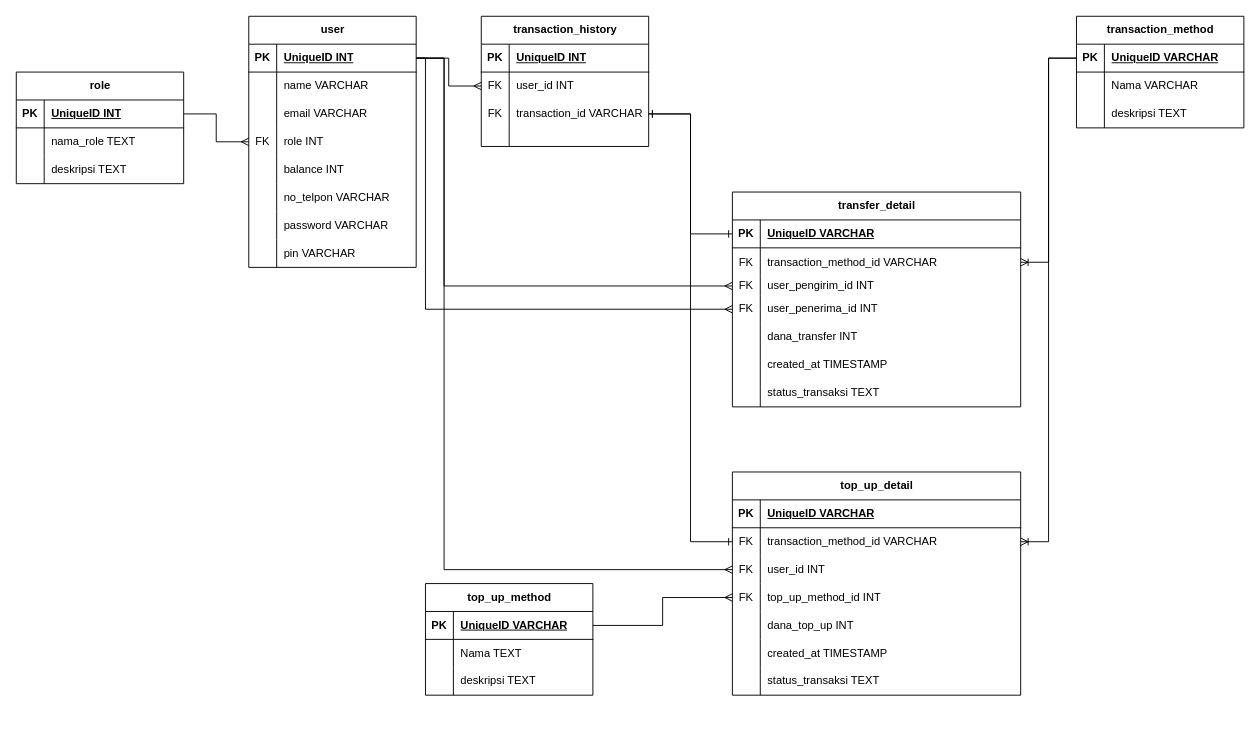
mufa2906/fazztrack-bca keeps this draw.io diagram as week-3/E-Wallet ERD.drawio. Above is the earlier version. Source tidied: cells renumbered, new cells numbered last; positions are measured from the earlier drawing's top-left corner, leaving out a move shared by most shapes. Both pictures are drawn from the tidied source at 93%, with x=0, y=0 at pixel (16, 16).
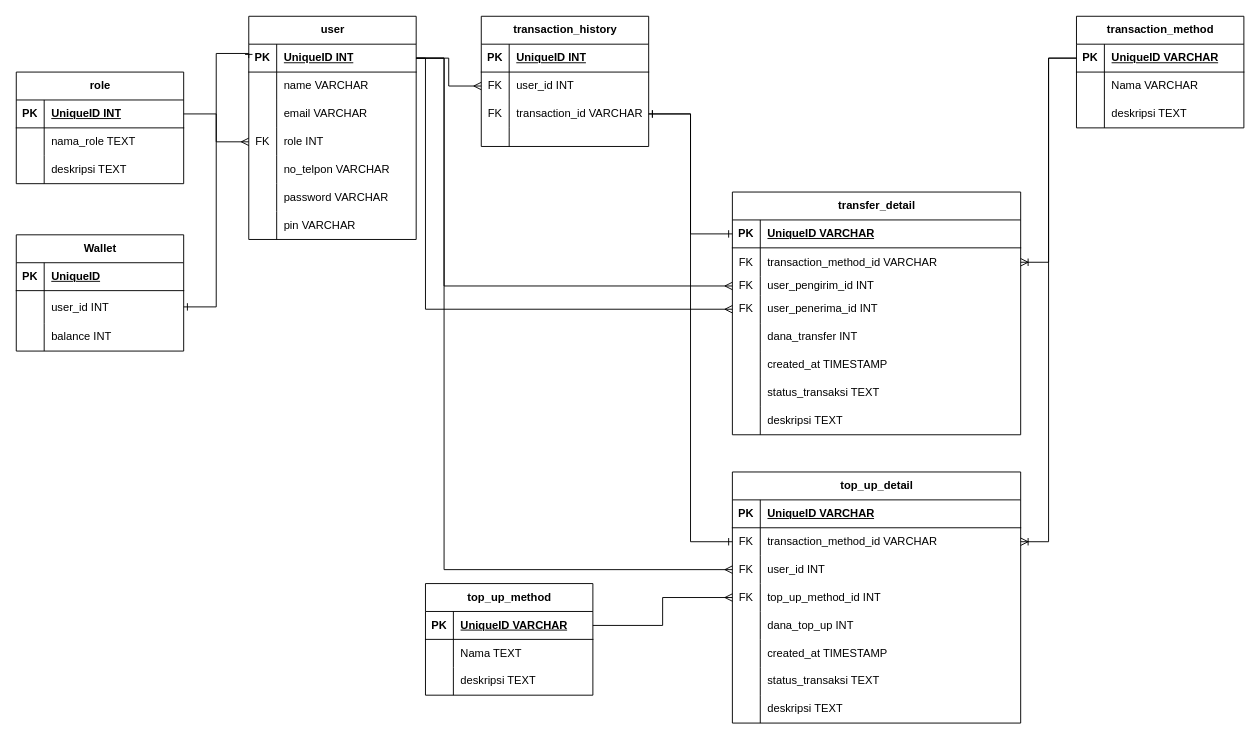
The same page after the edit.

Commit message:
memisahkan balance dari user ke entity wallet

Unchanged cells that the change refers to:
```xml
<mxCell id="3" style="shape=tableRow;horizontal=0;startSize=0;swimlaneHead=0;swimlaneBody=0;fillColor=none;points=[[0,0.5],[1,0.5]];portConstraint=eastwest;top=0;left=0;right=0;bottom=1;" parent="2" vertex="1">
  <mxGeometry y="30" width="180" height="30" as="geometry" />
</mxCell>
```

The edit, as a diff of the source:
```diff
@@
     <mxCell id="2" value="user" style="shape=table;startSize=30;childLayout=tableLayout;rowLines=0;fontStyle=1;align=center;html=1;" parent="1" vertex="1">
-      <mxGeometry x="250" width="180" height="270" as="geometry" />
+      <mxGeometry x="250" width="180" height="240" as="geometry" />
     </mxCell>
@@
-    <mxCell id="15" style="shape=tableRow;horizontal=0;startSize=0;swimlaneHead=0;swimlaneBody=0;fillColor=none;top=0;left=0;right=0;bottom=0;" parent="2" vertex="1">
-      <mxGeometry y="150" width="180" height="30" as="geometry" />
-    </mxCell>
-    <mxCell id="16" style="shape=partialRectangle;fillColor=none;top=0;left=0;bottom=0;right=0;overflow=hidden;whiteSpace=wrap;html=1;" parent="15" vertex="1">
-      <mxGeometry width="30" height="30" as="geometry" />
-    </mxCell>
-    <mxCell id="17" value="balance INT" style="shape=partialRectangle;fillColor=none;top=0;left=0;bottom=0;right=0;align=left;spacingLeft=6;overflow=hidden;whiteSpace=wrap;html=1;" parent="15" vertex="1">
-      <mxGeometry x="30" width="150" height="30" as="geometry" />
-    </mxCell>
     <mxCell id="18" style="shape=tableRow;horizontal=0;startSize=0;swimlaneHead=0;swimlaneBody=0;fillColor=none;top=0;left=0;right=0;bottom=0;" parent="2" vertex="1">
-      <mxGeometry y="180" width="180" height="30" as="geometry" />
+      <mxGeometry y="150" width="180" height="30" as="geometry" />
     </mxCell>
@@
     <mxCell id="21" style="shape=tableRow;horizontal=0;startSize=0;swimlaneHead=0;swimlaneBody=0;fillColor=none;top=0;left=0;right=0;bottom=0;" parent="2" vertex="1">
-      <mxGeometry y="210" width="180" height="30" as="geometry" />
+      <mxGeometry y="180" width="180" height="30" as="geometry" />
     </mxCell>
@@
     <mxCell id="24" style="shape=tableRow;horizontal=0;startSize=0;swimlaneHead=0;swimlaneBody=0;fillColor=none;top=0;left=0;right=0;bottom=0;" parent="2" vertex="1">
-      <mxGeometry y="240" width="180" height="30" as="geometry" />
+      <mxGeometry y="210" width="180" height="30" as="geometry" />
     </mxCell>
@@
     <mxCell id="62" value="transfer_detail" style="shape=table;startSize=30;childLayout=tableLayout;rowLines=0;fontStyle=1;align=center;html=1;" parent="1" vertex="1">
-      <mxGeometry x="770" y="189" width="310" height="231" as="geometry" />
+      <mxGeometry x="770" y="189" width="310" height="261" as="geometry" />
     </mxCell>
@@
+    <mxCell id="124" style="shape=tableRow;horizontal=0;startSize=0;swimlaneHead=0;swimlaneBody=0;fillColor=none;top=0;left=0;right=0;bottom=0;" parent="62" vertex="1">
+      <mxGeometry y="231" width="310" height="30" as="geometry" />
+    </mxCell>
+    <mxCell id="125" style="shape=partialRectangle;fillColor=none;top=0;left=0;bottom=0;right=0;overflow=hidden;whiteSpace=wrap;html=1;" parent="124" vertex="1">
+      <mxGeometry width="30" height="30" as="geometry" />
+    </mxCell>
+    <mxCell id="126" value="deskripsi TEXT" style="shape=partialRectangle;fillColor=none;top=0;left=0;bottom=0;right=0;align=left;spacingLeft=6;overflow=hidden;whiteSpace=wrap;html=1;" parent="124" vertex="1">
+      <mxGeometry x="30" width="280" height="30" as="geometry" />
+    </mxCell>
@@
     <mxCell id="85" value="top_up_detail" style="shape=table;startSize=30;childLayout=tableLayout;rowLines=0;fontStyle=1;align=center;html=1;" parent="1" vertex="1">
-      <mxGeometry x="770" y="490" width="310" height="240" as="geometry" />
+      <mxGeometry x="770" y="490" width="310" height="270" as="geometry" />
     </mxCell>
@@
+    <mxCell id="127" style="shape=tableRow;horizontal=0;startSize=0;swimlaneHead=0;swimlaneBody=0;fillColor=none;top=0;left=0;right=0;bottom=0;" parent="85" vertex="1">
+      <mxGeometry y="240" width="310" height="30" as="geometry" />
+    </mxCell>
+    <mxCell id="128" style="shape=partialRectangle;fillColor=none;top=0;left=0;bottom=0;right=0;overflow=hidden;whiteSpace=wrap;html=1;" parent="127" vertex="1">
+      <mxGeometry width="30" height="30" as="geometry" />
+    </mxCell>
+    <mxCell id="129" value="deskripsi TEXT" style="shape=partialRectangle;fillColor=none;top=0;left=0;bottom=0;right=0;align=left;spacingLeft=6;overflow=hidden;whiteSpace=wrap;html=1;" parent="127" vertex="1">
+      <mxGeometry x="30" width="280" height="30" as="geometry" />
+    </mxCell>
@@
+    <mxCell id="130" value="Wallet" style="shape=table;startSize=30;childLayout=tableLayout;rowLines=0;fontStyle=1;align=center;html=1;" parent="1" vertex="1">
+      <mxGeometry y="235" width="180" height="125" as="geometry" />
+    </mxCell>
+    <mxCell id="131" style="shape=tableRow;horizontal=0;startSize=0;swimlaneHead=0;swimlaneBody=0;fillColor=none;top=0;left=0;right=0;bottom=1;" parent="130" vertex="1">
+      <mxGeometry y="30" width="180" height="30" as="geometry" />
+    </mxCell>
+    <mxCell id="132" value="PK" style="shape=partialRectangle;fillColor=none;top=0;left=0;bottom=0;right=0;fontStyle=1;overflow=hidden;whiteSpace=wrap;html=1;" parent="131" vertex="1">
+      <mxGeometry width="30" height="30" as="geometry" />
+    </mxCell>
+    <mxCell id="133" value="UniqueID" style="shape=partialRectangle;fillColor=none;top=0;left=0;bottom=0;right=0;align=left;spacingLeft=6;fontStyle=5;overflow=hidden;whiteSpace=wrap;html=1;" parent="131" vertex="1">
+      <mxGeometry x="30" width="150" height="30" as="geometry" />
+    </mxCell>
+    <mxCell id="134" style="shape=tableRow;horizontal=0;startSize=0;swimlaneHead=0;swimlaneBody=0;fillColor=none;points=[[0,0.5],[1,0.5]];portConstraint=eastwest;top=0;left=0;right=0;bottom=0;" parent="130" vertex="1">
+      <mxGeometry y="60" width="180" height="35" as="geometry" />
+    </mxCell>
+    <mxCell id="135" style="shape=partialRectangle;fillColor=none;top=0;left=0;bottom=0;right=0;overflow=hidden;whiteSpace=wrap;html=1;" parent="134" vertex="1">
+      <mxGeometry width="30" height="35" as="geometry" />
+    </mxCell>
+    <mxCell id="136" value="user_id INT" style="shape=partialRectangle;fillColor=none;top=0;left=0;bottom=0;right=0;align=left;spacingLeft=6;overflow=hidden;whiteSpace=wrap;html=1;" parent="134" vertex="1">
+      <mxGeometry x="30" width="150" height="35" as="geometry" />
+    </mxCell>
+    <mxCell id="137" style="shape=tableRow;horizontal=0;startSize=0;swimlaneHead=0;swimlaneBody=0;fillColor=none;top=0;left=0;right=0;bottom=0;" parent="130" vertex="1">
+      <mxGeometry y="95" width="180" height="30" as="geometry" />
+    </mxCell>
+    <mxCell id="138" style="shape=partialRectangle;fillColor=none;top=0;left=0;bottom=0;right=0;overflow=hidden;whiteSpace=wrap;html=1;" parent="137" vertex="1">
+      <mxGeometry width="30" height="30" as="geometry" />
+    </mxCell>
+    <mxCell id="17" value="balance INT" style="shape=partialRectangle;fillColor=none;top=0;left=0;bottom=0;right=0;align=left;spacingLeft=6;overflow=hidden;whiteSpace=wrap;html=1;" parent="137" vertex="1">
+      <mxGeometry x="30" width="150" height="30" as="geometry" />
+    </mxCell>
+    <mxCell id="139" style="edgeStyle=orthogonalEdgeStyle;rounded=0;jettySize=auto;html=1;exitX=0;exitY=0.5;exitDx=0;exitDy=0;entryX=1;entryY=0.5;entryDx=0;entryDy=0;endArrow=ERone;endFill=0;startArrow=ERone;startFill=0;" parent="1" edge="1" source="3" target="134">
+      <mxGeometry relative="1" as="geometry">
+        <Array as="points">
+          <mxPoint x="250" y="40" />
+          <mxPoint x="215" y="40" />
+          <mxPoint x="215" y="312" />
+        </Array>
+      </mxGeometry>
+    </mxCell>
```
